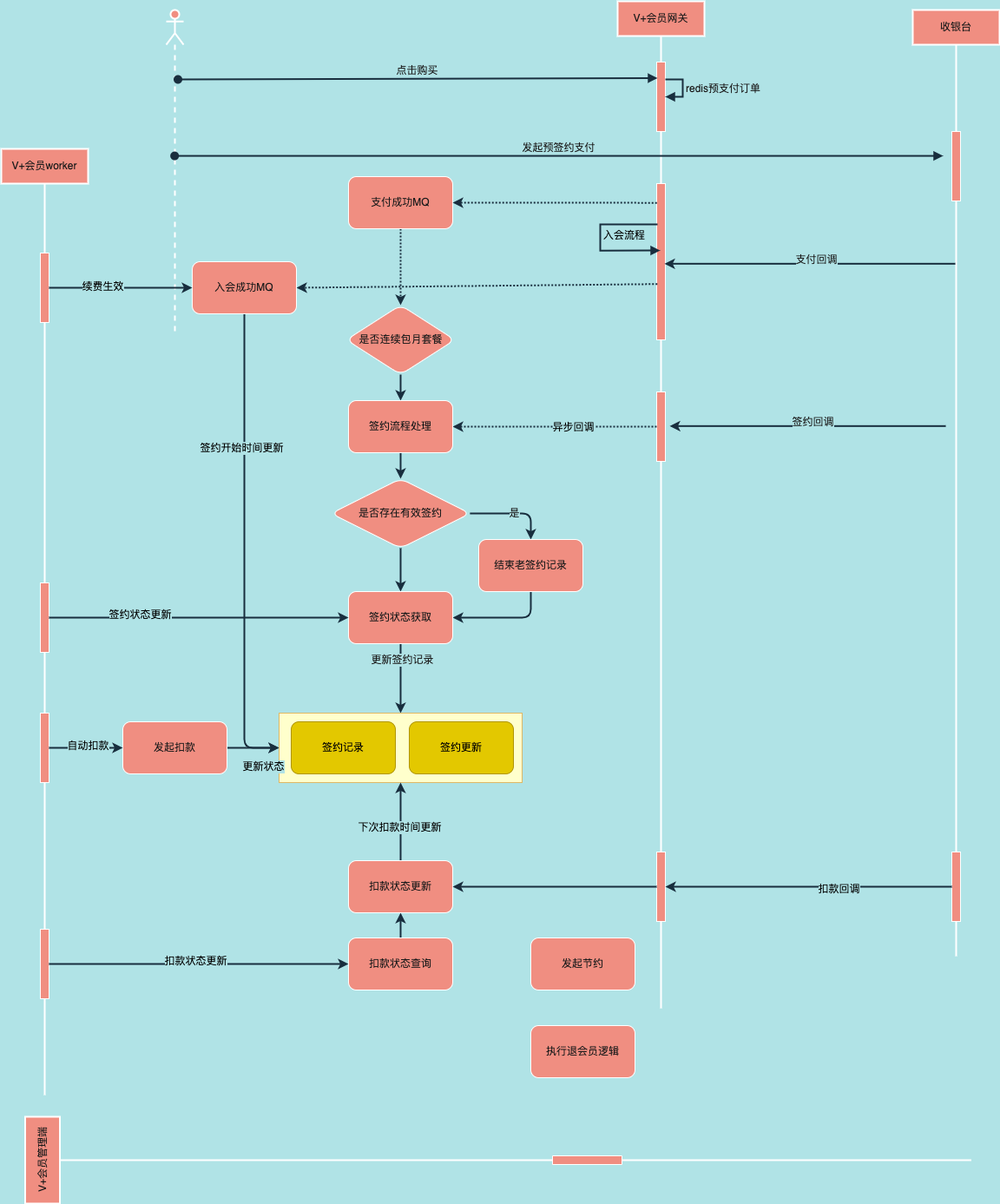
Earlier version of the draw.io export 连续包月会员.png (845642761/diagram). Source tidied: cells renumbered, new cells last; positions are measured from the earlier drawing's top-left corner, leaving out a move shared by most shapes.
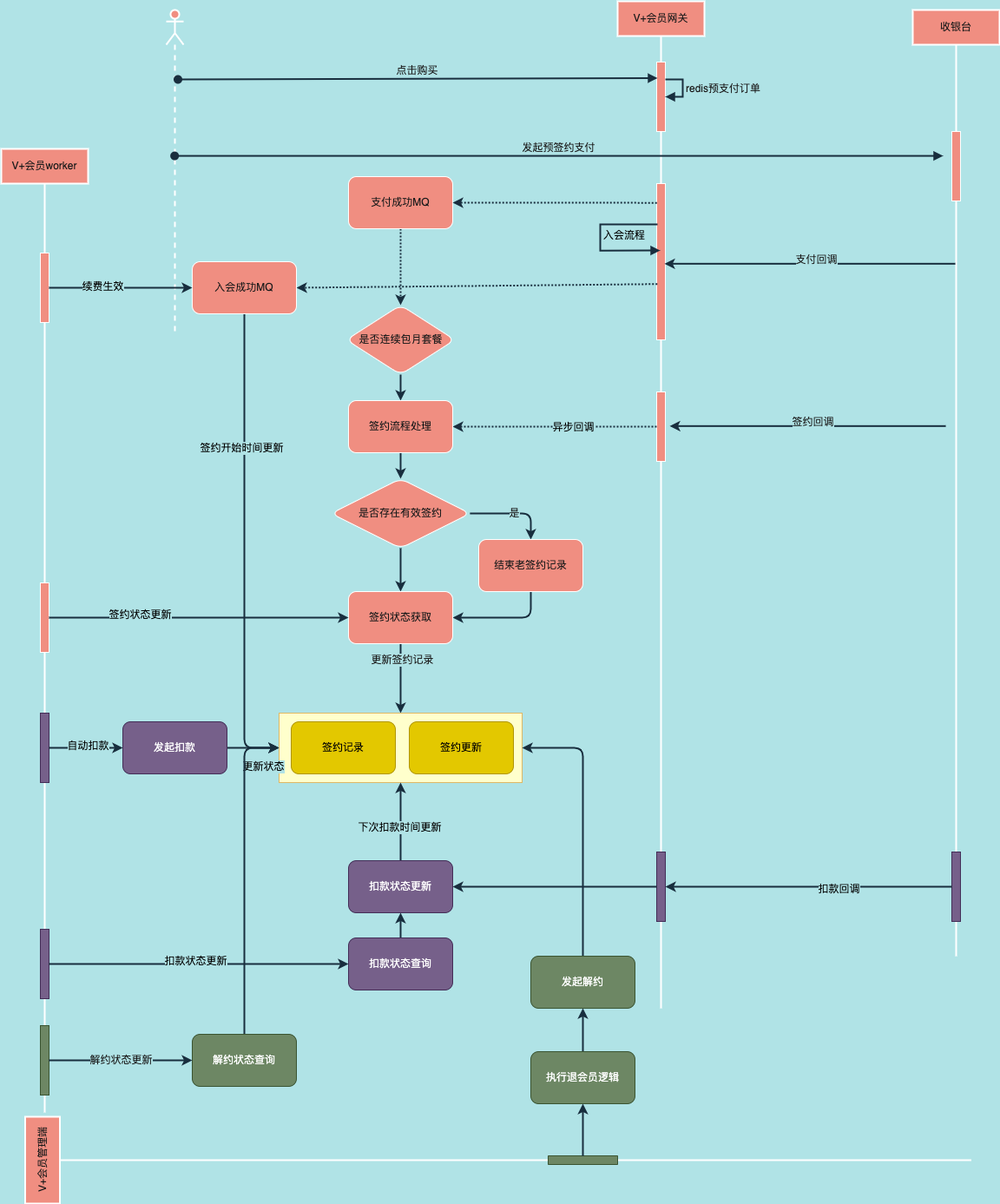
Later version of the same file.

Commit message:
更新连续包月会员.png

Diff of the diagram source:
```diff
@@ -34,7 +34,7 @@
         </Array>
       </mxGeometry>
     </mxCell>
-    <mxCell id="8" style="html=1;points=[];perimeter=orthogonalPerimeter;rounded=0;sketch=0;fontColor=#1A1A1A;strokeColor=#FFFFFF;fillColor=#F08E81;" parent="2" vertex="1">
+    <mxCell id="8" style="html=1;points=[];perimeter=orthogonalPerimeter;rounded=0;sketch=0;fontColor=#ffffff;strokeColor=#432D57;fillColor=#76608a;" parent="2" vertex="1">
       <mxGeometry x="45" y="980" width="10" height="80" as="geometry" />
     </mxCell>
     <mxCell id="9" style="shape=umlLifeline;participant=umlActor;perimeter=lifelinePerimeter;whiteSpace=wrap;html=1;verticalAlign=top;spacingTop=36;outlineConnect=0;rounded=0;sketch=0;fontColor=#1A1A1A;strokeColor=#FFFFFF;fillColor=#F08E81;strokeWidth=2;" parent="1" vertex="1">
@@ -51,7 +51,7 @@
     <mxCell id="12" style="html=1;perimeter=orthogonalPerimeter;rounded=0;sketch=0;fontColor=#1A1A1A;strokeColor=#FFFFFF;fillColor=#F08E81;" parent="11" vertex="1">
       <mxGeometry x="45" y="140" width="10" height="80" as="geometry" />
     </mxCell>
-    <mxCell id="13" style="html=1;points=[];perimeter=orthogonalPerimeter;rounded=0;sketch=0;fontColor=#1A1A1A;strokeColor=#FFFFFF;fillColor=#F08E81;" parent="11" vertex="1">
+    <mxCell id="13" style="html=1;points=[];perimeter=orthogonalPerimeter;rounded=0;sketch=0;fontColor=#ffffff;strokeColor=#432D57;fillColor=#76608a;" parent="11" vertex="1">
       <mxGeometry x="45" y="970" width="10" height="80" as="geometry" />
     </mxCell>
     <mxCell id="14" value="发起预签约支付" style="html=1;verticalAlign=bottom;startArrow=oval;endArrow=block;startSize=8;rounded=1;sketch=0;strokeColor=#182E3E;curved=0;strokeWidth=2;entryX=0;entryY=0.147;entryDx=0;entryDy=0;entryPerimeter=0;labelBackgroundColor=#B0E3E6;fontColor=#1A1A1A;" parent="1" edge="1" source="9">
@@ -160,7 +160,7 @@
       <mxGeometry x="150" y="10" width="120" height="60" as="geometry" />
     </mxCell>
     <mxCell id="44" value="V+会员worker" style="shape=umlLifeline;perimeter=lifelinePerimeter;whiteSpace=wrap;html=1;lifelineDashed=0;rounded=0;sketch=0;fontColor=#1A1A1A;strokeColor=#FFFFFF;fillColor=#F08E81;strokeWidth=2;" parent="1" vertex="1">
-      <mxGeometry y="170" width="100" height="1090" as="geometry" />
+      <mxGeometry y="170" width="100" height="1110" as="geometry" />
     </mxCell>
     <mxCell id="45" style="html=1;points=[];perimeter=orthogonalPerimeter;rounded=0;sketch=0;fontColor=#1A1A1A;strokeColor=#FFFFFF;fillColor=#F08E81;" parent="44" vertex="1">
       <mxGeometry x="45" y="500" width="10" height="80" as="geometry" />
@@ -168,12 +168,15 @@
     <mxCell id="46" style="html=1;points=[];perimeter=orthogonalPerimeter;rounded=0;sketch=0;fontColor=#1A1A1A;strokeColor=#FFFFFF;fillColor=#F08E81;" parent="44" vertex="1">
       <mxGeometry x="45" y="120" width="10" height="80" as="geometry" />
     </mxCell>
-    <mxCell id="47" style="html=1;points=[];perimeter=orthogonalPerimeter;rounded=0;sketch=0;fontColor=#1A1A1A;strokeColor=#FFFFFF;fillColor=#F08E81;" parent="44" vertex="1">
+    <mxCell id="47" style="html=1;points=[];perimeter=orthogonalPerimeter;rounded=0;sketch=0;fontColor=#ffffff;strokeColor=#432D57;fillColor=#76608a;" parent="44" vertex="1">
       <mxGeometry x="45" y="650" width="10" height="80" as="geometry" />
     </mxCell>
-    <mxCell id="48" style="html=1;points=[];perimeter=orthogonalPerimeter;rounded=0;sketch=0;fontColor=#1A1A1A;strokeColor=#FFFFFF;fillColor=#F08E81;" parent="44" vertex="1">
+    <mxCell id="48" style="html=1;points=[];perimeter=orthogonalPerimeter;rounded=0;sketch=0;fontColor=#ffffff;strokeColor=#432D57;fillColor=#76608a;" parent="44" vertex="1">
       <mxGeometry x="45" y="899" width="10" height="80" as="geometry" />
     </mxCell>
+    <mxCell id="72" style="html=1;points=[];perimeter=orthogonalPerimeter;rounded=0;sketch=0;fontColor=#ffffff;strokeColor=#3A5431;fillColor=#6d8764;" parent="44" vertex="1">
+      <mxGeometry x="45" y="1010" width="10" height="80" as="geometry" />
+    </mxCell>
     <mxCell id="49" style="edgeStyle=orthogonalEdgeStyle;rounded=1;sketch=0;jettySize=auto;html=1;entryX=0;entryY=0.5;entryDx=0;entryDy=0;labelBackgroundColor=none;fontColor=default;strokeColor=#182E3E;strokeWidth=2;" parent="1" edge="1" source="45" target="35">
       <mxGeometry relative="1" as="geometry" />
     </mxCell>
@@ -194,7 +197,7 @@
         <mxPoint y="21" as="offset" />
       </mxGeometry>
     </mxCell>
-    <mxCell id="55" value="发起扣款" style="whiteSpace=wrap;html=1;fillColor=#F08E81;strokeColor=#FFFFFF;fontColor=#1A1A1A;rounded=1;sketch=0;" parent="1" vertex="1">
+    <mxCell id="55" value="发起扣款" style="whiteSpace=wrap;html=1;fillColor=#76608a;strokeColor=#432D57;rounded=1;sketch=0;fontColor=#ffffff;" parent="1" vertex="1">
       <mxGeometry x="140" y="830" width="120" height="60" as="geometry" />
     </mxCell>
     <mxCell id="56" style="edgeStyle=orthogonalEdgeStyle;rounded=1;sketch=0;jettySize=auto;html=1;entryX=0;entryY=0.5;entryDx=0;entryDy=0;labelBackgroundColor=#B0E3E6;fontColor=#000000;strokeColor=#182E3E;strokeWidth=2;" parent="1" edge="1" source="48" target="59">
@@ -206,7 +209,7 @@
     <mxCell id="58" style="edgeStyle=orthogonalEdgeStyle;rounded=1;sketch=0;jettySize=auto;html=1;labelBackgroundColor=#B0E3E6;fontColor=#000000;strokeColor=#182E3E;strokeWidth=2;" parent="1" edge="1" source="59" target="64">
       <mxGeometry relative="1" as="geometry" />
     </mxCell>
-    <mxCell id="59" value="扣款状态查询" style="whiteSpace=wrap;html=1;fillColor=#F08E81;strokeColor=#FFFFFF;fontColor=#1A1A1A;rounded=1;sketch=0;" parent="1" vertex="1">
+    <mxCell id="59" value="扣款状态查询" style="whiteSpace=wrap;html=1;fillColor=#76608a;strokeColor=#432D57;rounded=1;sketch=0;fontColor=#ffffff;" parent="1" vertex="1">
       <mxGeometry x="400" y="1079" width="120" height="60" as="geometry" />
     </mxCell>
     <mxCell id="60" style="edgeStyle=orthogonalEdgeStyle;rounded=1;sketch=0;jettySize=auto;html=1;entryX=0;entryY=0.5;entryDx=0;entryDy=0;labelBackgroundColor=#B0E3E6;fontColor=#000000;strokeColor=#182E3E;strokeWidth=2;" parent="1" edge="1" source="47" target="55">
@@ -221,7 +224,7 @@
     <mxCell id="63" value="下次扣款时间更新" style="edgeLabel;html=1;align=center;verticalAlign=middle;fontColor=#000000;labelBackgroundColor=#B0E3E6;" parent="62" vertex="1">
       <mxGeometry x="-0.15" y="2" relative="1" as="geometry" />
     </mxCell>
-    <mxCell id="64" value="扣款状态更新" style="whiteSpace=wrap;html=1;fillColor=#F08E81;strokeColor=#FFFFFF;fontColor=#1A1A1A;rounded=1;sketch=0;" parent="1" vertex="1">
+    <mxCell id="64" value="扣款状态更新" style="whiteSpace=wrap;html=1;fillColor=#76608a;strokeColor=#432D57;rounded=1;sketch=0;fontColor=#ffffff;" parent="1" vertex="1">
       <mxGeometry x="400" y="990" width="120" height="60" as="geometry" />
     </mxCell>
     <mxCell id="65" style="edgeStyle=orthogonalEdgeStyle;rounded=1;sketch=0;jettySize=auto;html=1;labelBackgroundColor=#B0E3E6;fontColor=#000000;strokeColor=#182E3E;strokeWidth=2;" parent="1" edge="1" source="13" target="8">
@@ -236,14 +239,32 @@
     <mxCell id="68" value="V+会员管理端" style="shape=umlLifeline;perimeter=lifelinePerimeter;whiteSpace=wrap;html=1;lifelineDashed=0;rounded=0;sketch=0;fontColor=#1A1A1A;strokeColor=#FFFFFF;fillColor=#F08E81;strokeWidth=2;rotation=-90;" parent="1" vertex="1">
       <mxGeometry x="522.5" y="790" width="100" height="1090" as="geometry" />
     </mxCell>
-    <mxCell id="69" style="html=1;points=[];perimeter=orthogonalPerimeter;rounded=0;sketch=0;fontColor=#1A1A1A;strokeColor=#FFFFFF;fillColor=#F08E81;rotation=-90;" parent="68" vertex="1">
-      <mxGeometry x="147.5" y="505" width="10" height="80" as="geometry" />
+    <mxCell id="69" style="html=1;points=[];perimeter=orthogonalPerimeter;rounded=0;sketch=0;fontColor=#ffffff;strokeColor=#3A5431;fillColor=#6d8764;rotation=-90;" parent="68" vertex="1">
+      <mxGeometry x="142.5" y="505" width="10" height="80" as="geometry" />
     </mxCell>
+    <mxCell id="73" style="edgeStyle=orthogonalEdgeStyle;rounded=1;sketch=0;jettySize=auto;html=1;entryX=0.5;entryY=1;entryDx=0;entryDy=0;labelBackgroundColor=#B0E3E6;fontColor=#000000;strokeColor=#182E3E;strokeWidth=2;" parent="1" edge="1" source="70" target="71">
+      <mxGeometry relative="1" as="geometry" />
+    </mxCell>
-    <mxCell id="70" value="执行退会员逻辑" style="whiteSpace=wrap;html=1;fillColor=#F08E81;strokeColor=#FFFFFF;fontColor=#1A1A1A;rounded=1;sketch=0;" parent="1" vertex="1">
-      <mxGeometry x="610" y="1180" width="120" height="60" as="geometry" />
+    <mxCell id="70" value="执行退会员逻辑" style="whiteSpace=wrap;html=1;fillColor=#6d8764;strokeColor=#3A5431;fontColor=#ffffff;rounded=1;sketch=0;" parent="1" vertex="1">
+      <mxGeometry x="610" y="1210" width="120" height="60" as="geometry" />
     </mxCell>
+    <mxCell id="74" style="edgeStyle=orthogonalEdgeStyle;rounded=1;sketch=0;jettySize=auto;html=1;entryX=1;entryY=0.5;entryDx=0;entryDy=0;labelBackgroundColor=#B0E3E6;fontColor=#000000;strokeColor=#182E3E;strokeWidth=2;exitX=0.5;exitY=0;exitDx=0;exitDy=0;" parent="1" edge="1" source="71" target="41">
+      <mxGeometry relative="1" as="geometry" />
+    </mxCell>
-    <mxCell id="71" value="发起节约" style="whiteSpace=wrap;html=1;fillColor=#F08E81;strokeColor=#FFFFFF;fontColor=#1A1A1A;rounded=1;sketch=0;" parent="1" vertex="1">
-      <mxGeometry x="610" y="1079" width="120" height="60" as="geometry" />
+    <mxCell id="71" value="发起解约" style="whiteSpace=wrap;html=1;fillColor=#6d8764;strokeColor=#3A5431;fontColor=#ffffff;rounded=1;sketch=0;" parent="1" vertex="1">
+      <mxGeometry x="610" y="1100" width="120" height="60" as="geometry" />
     </mxCell>
+    <mxCell id="75" style="edgeStyle=orthogonalEdgeStyle;rounded=1;sketch=0;jettySize=auto;html=1;entryX=0.5;entryY=1;entryDx=0;entryDy=0;labelBackgroundColor=#B0E3E6;fontColor=#000000;strokeColor=#182E3E;strokeWidth=2;" parent="1" edge="1" source="69" target="70">
+      <mxGeometry relative="1" as="geometry" />
+    </mxCell>
+    <mxCell id="76" style="edgeStyle=orthogonalEdgeStyle;rounded=1;sketch=0;jettySize=auto;html=1;entryX=0;entryY=0.5;entryDx=0;entryDy=0;labelBackgroundColor=#B0E3E6;fontColor=#000000;strokeColor=#182E3E;strokeWidth=2;exitX=0.5;exitY=0;exitDx=0;exitDy=0;" parent="1" edge="1" source="77" target="41">
+      <mxGeometry relative="1" as="geometry" />
+    </mxCell>
+    <mxCell id="77" value="解约状态查询" style="whiteSpace=wrap;html=1;fillColor=#6d8764;strokeColor=#3A5431;fontColor=#ffffff;rounded=1;sketch=0;" parent="1" vertex="1">
+      <mxGeometry x="220" y="1190" width="120" height="60" as="geometry" />
+    </mxCell>
+    <mxCell id="78" value="&lt;span style=&quot;color: rgb(26 , 26 , 26) ; font-size: 12px ; background-color: rgb(176 , 227 , 230)&quot;&gt;解约状态更新&lt;/span&gt;" style="edgeStyle=orthogonalEdgeStyle;rounded=1;sketch=0;jettySize=auto;html=1;entryX=0;entryY=0.5;entryDx=0;entryDy=0;labelBackgroundColor=#B0E3E6;fontColor=#000000;strokeColor=#182E3E;strokeWidth=2;" parent="1" edge="1" source="72" target="77">
+      <mxGeometry relative="1" as="geometry" />
+    </mxCell>
   </root>
 </mxGraphModel>
```
